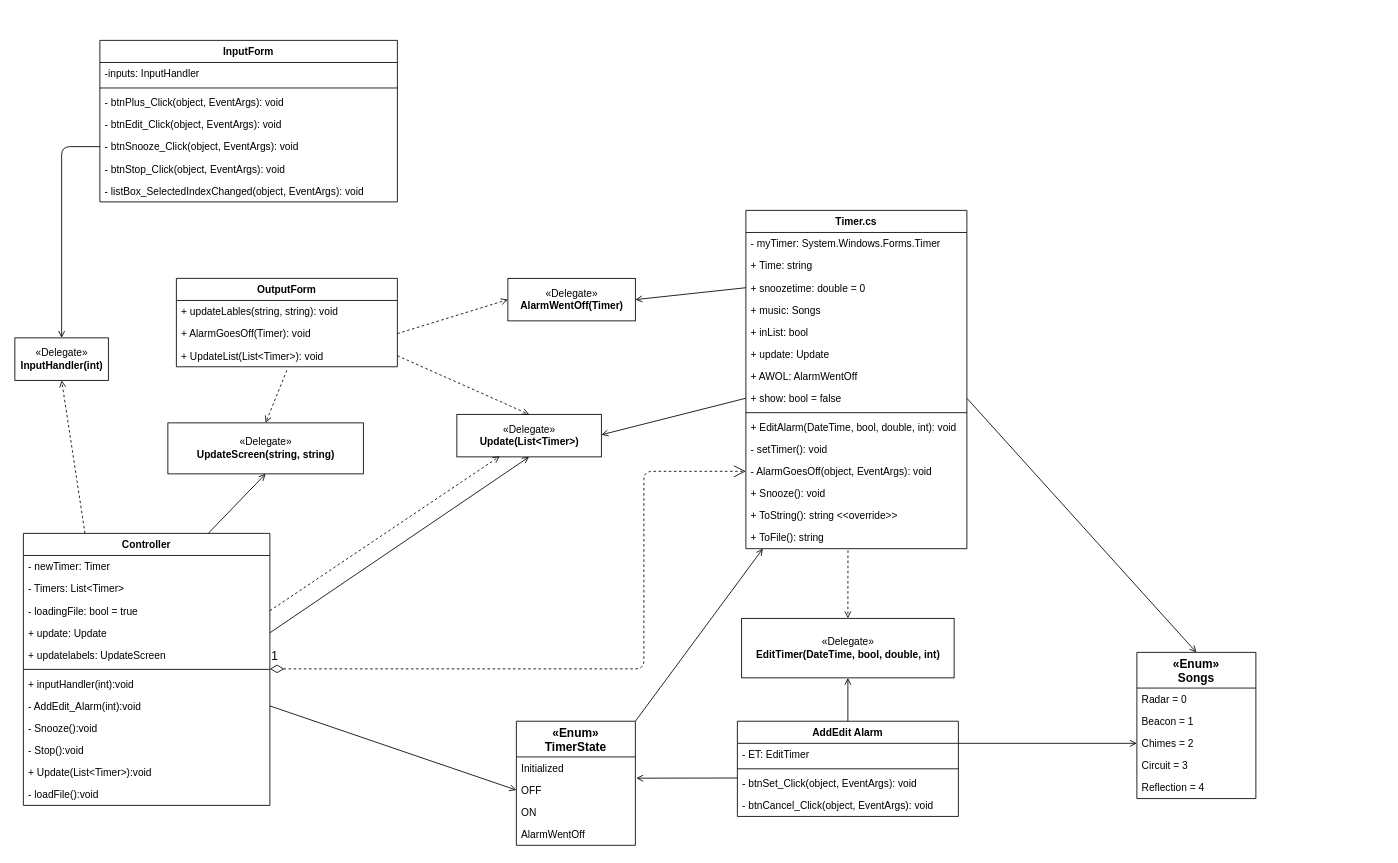
Above: page "Alarm501-CD-P2" (2 of 2) of AlarmClock.drawio in Rosebaugh/CS501 (draw.io), before the change. Source tidied: cells renumbered, new cells numbered last; positions are measured from the earlier drawing's top-left corner, leaving out a move shared by most shapes. Both pictures are drawn from the tidied source at 85%, with x=0, y=0 at pixel (14, 40).
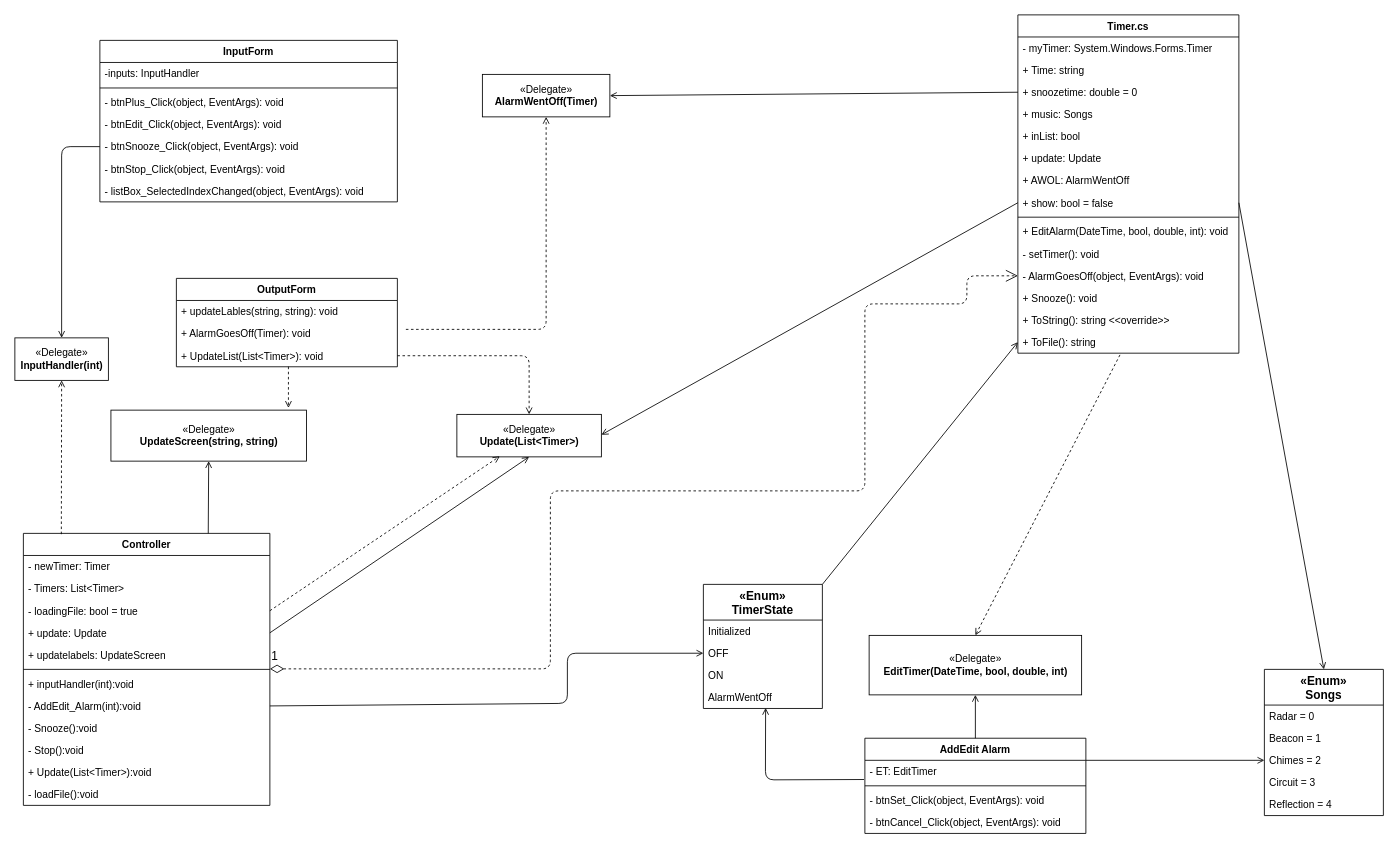
After the change.

The change refers to these unchanged cells:
```xml
<mxCell id="12" value="+ AlarmGoesOff(Timer): void" style="text;strokeColor=none;fillColor=none;align=left;verticalAlign=top;spacingLeft=4;spacingRight=4;overflow=hidden;points=[[0,0.5],[1,0.5]];portConstraint=eastwest;" parent="10" vertex="1">
  <mxGeometry y="52" width="260" height="26" as="geometry" />
</mxCell>
<mxCell id="13" value="+ UpdateList(List&lt;Timer&gt;): void" style="text;strokeColor=none;fillColor=none;align=left;verticalAlign=top;spacingLeft=4;spacingRight=4;overflow=hidden;points=[[0,0.5],[1,0.5]];portConstraint=eastwest;" parent="10" vertex="1">
  <mxGeometry y="78" width="260" height="26" as="geometry" />
</mxCell>
<mxCell id="26" value="- AlarmGoesOff(object, EventArgs): void" style="text;strokeColor=none;fillColor=none;align=left;verticalAlign=top;spacingLeft=4;spacingRight=4;overflow=hidden;points=[[0,0.5],[1,0.5]];portConstraint=eastwest;" parent="14" vertex="1">
  <mxGeometry y="294" width="260" height="26" as="geometry" />
</mxCell>
<mxCell id="29" value="+ ToFile(): string" style="text;strokeColor=none;fillColor=none;align=left;verticalAlign=top;spacingLeft=4;spacingRight=4;overflow=hidden;points=[[0,0.5],[1,0.5]];portConstraint=eastwest;" parent="14" vertex="1">
  <mxGeometry y="372" width="260" height="26" as="geometry" />
</mxCell>
<mxCell id="31" value="- ET: EditTimer" style="text;strokeColor=none;fillColor=none;align=left;verticalAlign=top;spacingLeft=4;spacingRight=4;overflow=hidden;points=[[0,0.5],[1,0.5]];portConstraint=eastwest;" parent="30" vertex="1">
  <mxGeometry y="26" width="260" height="26" as="geometry" />
</mxCell>
<mxCell id="35" value="Controller&#10;" style="swimlane;fontStyle=1;align=center;verticalAlign=top;horizontal=1;startSize=26;" parent="1" vertex="1">
  <mxGeometry x="10" y="580" width="290" height="320" as="geometry" />
</mxCell>
<mxCell id="43" value="- AddEdit_Alarm(int):void" style="text;strokeColor=none;fillColor=none;align=left;verticalAlign=top;spacingLeft=4;spacingRight=4;overflow=hidden;points=[[0,0.5],[1,0.5]];portConstraint=eastwest;" parent="35" vertex="1">
  <mxGeometry y="190" width="290" height="26" as="geometry" />
</mxCell>
<mxCell id="50" value="«Delegate»&lt;br&gt;&lt;b&gt;Update(List&amp;lt;Timer&amp;gt;)&lt;/b&gt;" style="html=1;" parent="1" vertex="1">
  <mxGeometry x="520" y="440" width="170" height="50" as="geometry" />
</mxCell>
<mxCell id="51" value="«Delegate»&lt;br&gt;&lt;b&gt;InputHandler(int)&lt;/b&gt;" style="html=1;" parent="1" vertex="1">
  <mxGeometry y="350" width="110" height="50" as="geometry" />
</mxCell>
<mxCell id="56" value="OFF" style="text;strokeColor=none;fillColor=none;align=left;verticalAlign=top;spacingLeft=4;spacingRight=4;overflow=hidden;points=[[0,0.5],[1,0.5]];portConstraint=eastwest;" parent="53" vertex="1">
  <mxGeometry y="68" width="140" height="26" as="geometry" />
</mxCell>
<mxCell id="58" value="AlarmWentOff" style="text;strokeColor=none;fillColor=none;align=left;verticalAlign=top;spacingLeft=4;spacingRight=4;overflow=hidden;points=[[0,0.5],[1,0.5]];portConstraint=eastwest;" parent="53" vertex="1">
  <mxGeometry y="120" width="140" height="26" as="geometry" />
</mxCell>
<mxCell id="62" value="Chimes = 2" style="text;strokeColor=none;fillColor=none;align=left;verticalAlign=top;spacingLeft=4;spacingRight=4;overflow=hidden;points=[[0,0.5],[1,0.5]];portConstraint=eastwest;" parent="59" vertex="1">
  <mxGeometry y="94" width="140" height="26" as="geometry" />
</mxCell>
```

Diff of the diagram source:
```diff
@@
     <mxCell id="14" value="Timer.cs" style="swimlane;fontStyle=1;align=center;verticalAlign=top;horizontal=1;startSize=26;" parent="1" vertex="1">
-      <mxGeometry x="860" y="200" width="260" height="398" as="geometry" />
+      <mxGeometry x="1180" y="-30" width="260" height="398" as="geometry" />
     </mxCell>
@@
     <mxCell id="30" value="AddEdit Alarm&#10;" style="swimlane;fontStyle=1;align=center;verticalAlign=top;horizontal=1;startSize=26;" parent="1" vertex="1">
-      <mxGeometry x="850" y="801" width="260" height="112" as="geometry" />
+      <mxGeometry x="1000" y="821" width="260" height="112" as="geometry" />
     </mxCell>
@@
     <mxCell id="48" value="«Delegate»&lt;br&gt;&lt;b&gt;UpdateScreen(string, string)&lt;/b&gt;" style="html=1;" parent="1" vertex="1">
-      <mxGeometry x="180" y="450" width="230" height="60" as="geometry" />
+      <mxGeometry x="113" y="435" width="230" height="60" as="geometry" />
     </mxCell>
     <mxCell id="49" value="«Delegate»&lt;br&gt;&lt;b&gt;AlarmWentOff(Timer)&lt;/b&gt;" style="html=1;" parent="1" vertex="1">
-      <mxGeometry x="580" y="280" width="150" height="50" as="geometry" />
+      <mxGeometry x="550" y="40" width="150" height="50" as="geometry" />
     </mxCell>
@@
     <mxCell id="52" value="«Delegate»&lt;br&gt;&lt;b&gt;EditTimer(DateTime, bool, double, int)&lt;/b&gt;" style="html=1;" parent="1" vertex="1">
-      <mxGeometry x="855" y="680" width="250" height="70" as="geometry" />
+      <mxGeometry x="1005" y="700" width="250" height="70" as="geometry" />
     </mxCell>
     <mxCell id="53" value="«Enum»&#10;TimerState" style="swimlane;fontStyle=1;horizontal=1;startSize=42;fillColor=none;fontSize=14;" parent="1" vertex="1">
-      <mxGeometry x="590" y="801" width="140" height="146" as="geometry" />
+      <mxGeometry x="810" y="640" width="140" height="146" as="geometry" />
     </mxCell>
@@
-    <mxCell id="55" style="html=1;verticalAlign=bottom;endArrow=none;endFill=0;entryX=0;entryY=0.5;entryDx=0;entryDy=0;startArrow=open;startFill=0;" parent="53" edge="1">
-      <mxGeometry relative="1" as="geometry">
-        <mxPoint x="141" y="67" as="sourcePoint" />
-        <mxPoint x="260" y="66.8" as="targetPoint" />
-      </mxGeometry>
-    </mxCell>
@@
     <mxCell id="59" value="«Enum»&#10;Songs" style="swimlane;fontStyle=1;horizontal=1;startSize=42;fillColor=none;fontSize=14;" parent="1" vertex="1">
-      <mxGeometry x="1320" y="720" width="140" height="172" as="geometry" />
+      <mxGeometry x="1470" y="740" width="140" height="172" as="geometry" />
     </mxCell>
@@
     <mxCell id="65" style="html=1;verticalAlign=bottom;endArrow=open;endFill=0;entryX=0;entryY=0.5;entryDx=0;entryDy=0;" parent="1" edge="1" target="62">
       <mxGeometry relative="1" as="geometry">
-        <mxPoint x="1110" y="827" as="sourcePoint" />
+        <mxPoint x="1260" y="847" as="sourcePoint" />
       </mxGeometry>
     </mxCell>
@@
-    <mxCell id="67" style="html=1;verticalAlign=bottom;endArrow=open;endFill=0;entryX=0;entryY=0.5;entryDx=0;entryDy=0;exitX=1;exitY=0;exitDx=0;exitDy=0;" parent="1" edge="1" source="53">
-      <mxGeometry relative="1" as="geometry">
-        <mxPoint x="880" y="598" as="targetPoint" />
-      </mxGeometry>
+    <mxCell id="67" style="html=1;verticalAlign=bottom;endArrow=open;endFill=0;entryX=0;entryY=0.5;entryDx=0;entryDy=0;exitX=1;exitY=0;exitDx=0;exitDy=0;" parent="1" edge="1" source="53" target="29">
+      <mxGeometry relative="1" as="geometry" />
     </mxCell>
     <mxCell id="68" style="html=1;verticalAlign=bottom;endArrow=none;endFill=0;entryX=1;entryY=0.5;entryDx=0;entryDy=0;exitX=0;exitY=0.5;exitDx=0;exitDy=0;startArrow=open;startFill=0;" parent="1" edge="1" source="56" target="43">
-      <mxGeometry relative="1" as="geometry" />
+      <mxGeometry relative="1" as="geometry">
+        <Array as="points">
+          <mxPoint x="650" y="721" />
+          <mxPoint x="650" y="780" />
+        </Array>
+      </mxGeometry>
     </mxCell>
-    <mxCell id="69" style="html=1;verticalAlign=bottom;endArrow=open;endFill=0;entryX=0;entryY=0.5;entryDx=0;entryDy=0;dashed=1;exitX=1;exitY=0.5;exitDx=0;exitDy=0;" parent="1" edge="1" source="12" target="49">
-      <mxGeometry relative="1" as="geometry" />
+    <mxCell id="69" style="html=1;verticalAlign=bottom;endArrow=open;endFill=0;entryX=0.5;entryY=1;entryDx=0;entryDy=0;dashed=1;" parent="1" edge="1" target="49">
+      <mxGeometry relative="1" as="geometry">
+        <mxPoint x="460" y="340" as="sourcePoint" />
+        <Array as="points">
+          <mxPoint x="625" y="340" />
+        </Array>
+      </mxGeometry>
     </mxCell>
@@
-    <mxCell id="71" style="html=1;verticalAlign=bottom;endArrow=open;endFill=0;entryX=0.5;entryY=1;entryDx=0;entryDy=0;dashed=1;exitX=0.25;exitY=0;exitDx=0;exitDy=0;" parent="1" edge="1" source="35" target="51">
+    <mxCell id="71" style="html=1;verticalAlign=bottom;endArrow=open;endFill=0;entryX=0.5;entryY=1;entryDx=0;entryDy=0;dashed=1;exitX=0.154;exitY=0.003;exitDx=0;exitDy=0;exitPerimeter=0;" parent="1" edge="1" source="35" target="51">
       <mxGeometry relative="1" as="geometry" />
     </mxCell>
@@
-    <mxCell id="73" style="html=1;verticalAlign=bottom;endArrow=open;endFill=0;entryX=0.5;entryY=0;entryDx=0;entryDy=0;exitX=0.5;exitY=1.158;exitDx=0;exitDy=0;exitPerimeter=0;dashed=1;" parent="1" edge="1" source="13" target="48">
+    <mxCell id="73" style="html=1;verticalAlign=bottom;endArrow=open;endFill=0;entryX=0.908;entryY=-0.043;entryDx=0;entryDy=0;exitX=0.507;exitY=0.995;exitDx=0;exitDy=0;exitPerimeter=0;dashed=1;entryPerimeter=0;" parent="1" edge="1" source="13" target="48">
       <mxGeometry relative="1" as="geometry" />
     </mxCell>
@@
     <mxCell id="78" style="html=1;verticalAlign=bottom;endArrow=open;endFill=0;entryX=0.5;entryY=0;entryDx=0;entryDy=0;exitX=1;exitY=0.5;exitDx=0;exitDy=0;dashed=1;" parent="1" edge="1" source="13" target="50">
-      <mxGeometry relative="1" as="geometry" />
+      <mxGeometry relative="1" as="geometry">
+        <Array as="points">
+          <mxPoint x="605" y="371" />
+        </Array>
+      </mxGeometry>
     </mxCell>
@@
     <mxCell id="81" value="1" style="endArrow=open;html=1;endSize=12;startArrow=diamondThin;startSize=14;startFill=0;edgeStyle=orthogonalEdgeStyle;align=left;verticalAlign=bottom;dashed=1;fontSize=14;entryX=0;entryY=0.5;entryDx=0;entryDy=0;" parent="1" edge="1" target="26">
       <mxGeometry x="-1" y="3" relative="1" as="geometry">
         <mxPoint x="300" y="739.4" as="sourcePoint" />
         <Array as="points">
-          <mxPoint x="740" y="739" />
-          <mxPoint x="740" y="507" />
+          <mxPoint x="630" y="739" />
+          <mxPoint x="630" y="530" />
+          <mxPoint x="1000" y="530" />
+          <mxPoint x="1000" y="310" />
+          <mxPoint x="1120" y="310" />
+          <mxPoint x="1120" y="277" />
         </Array>
       </mxGeometry>
     </mxCell>
+    <mxCell id="55" style="html=1;verticalAlign=bottom;endArrow=none;endFill=0;entryX=-0.004;entryY=0.868;entryDx=0;entryDy=0;startArrow=open;startFill=0;entryPerimeter=0;exitX=0.523;exitY=0.973;exitDx=0;exitDy=0;exitPerimeter=0;" parent="1" edge="1" source="58" target="31">
+      <mxGeometry relative="1" as="geometry">
+        <Array as="points">
+          <mxPoint x="883" y="870" />
+        </Array>
+      </mxGeometry>
+    </mxCell>
```
